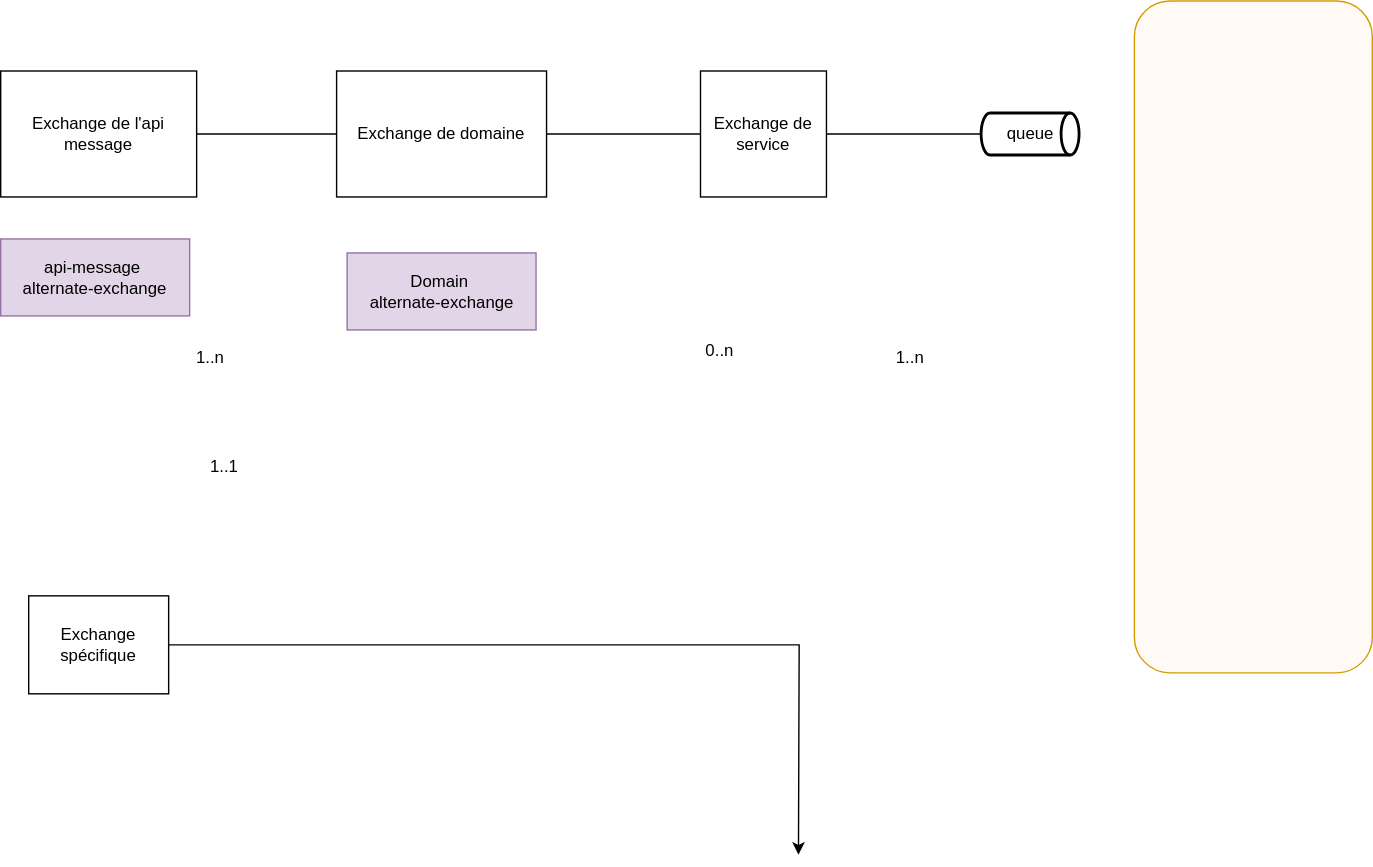
The draw.io diagram drawio/AE.svg in sarraz1/csau, before a commit. Source tidied: cells renumbered, new cells last; positions are measured from the earlier drawing's top-left corner, leaving out a move shared by most shapes.
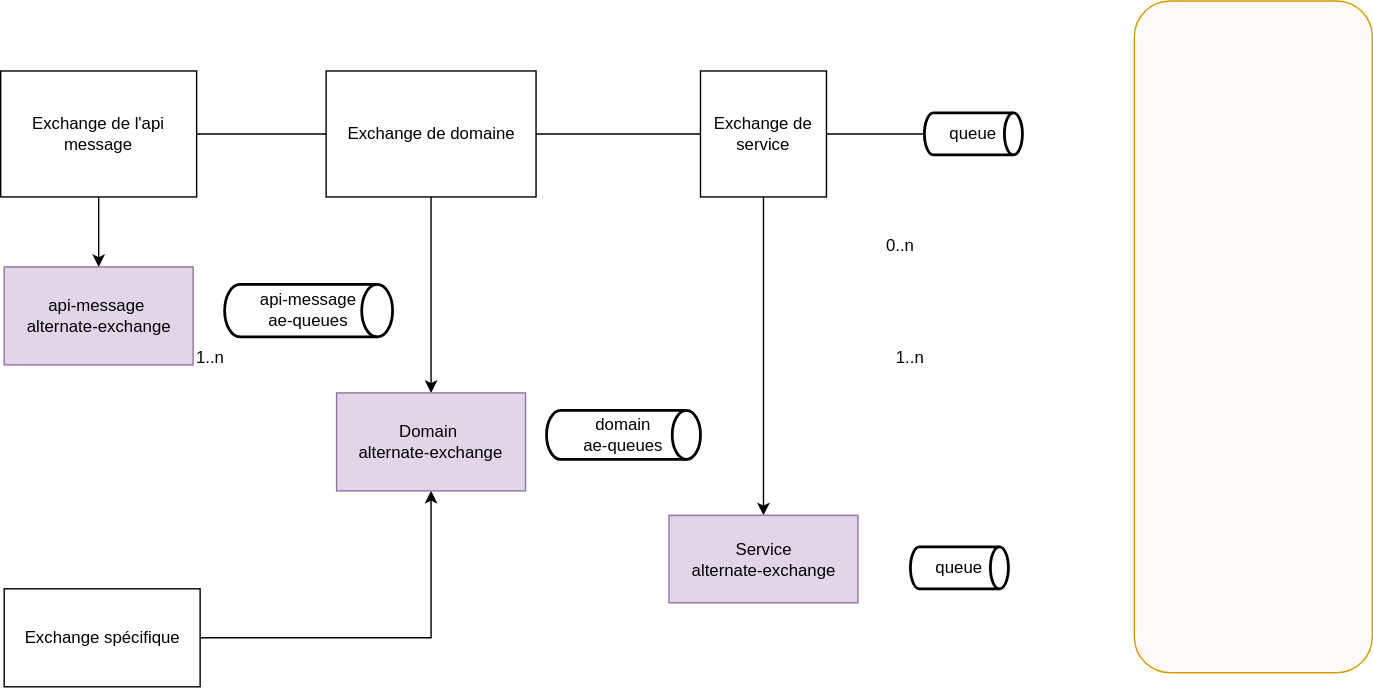
Later version of the same file.

Commit message:
Mettre à jour AE.svg

Diff of the diagram source:
```diff
@@ -2,23 +2,29 @@
   <root>
     <mxCell id="0" />
     <mxCell id="1" parent="0" />
+    <mxCell id="19" style="edgeStyle=orthogonalEdgeStyle;rounded=0;jettySize=auto;html=1;" parent="1" edge="1" source="2" target="22">
+      <mxGeometry relative="1" as="geometry" />
+    </mxCell>
     <mxCell id="2" value="Exchange de service" style="rounded=0;whiteSpace=wrap;html=1;" parent="1" vertex="1">
       <mxGeometry x="500" y="50" width="90" height="90" as="geometry" />
     </mxCell>
+    <mxCell id="20" style="edgeStyle=orthogonalEdgeStyle;rounded=0;jettySize=auto;html=1;" parent="1" edge="1" source="3" target="18">
+      <mxGeometry relative="1" as="geometry" />
+    </mxCell>
     <mxCell id="3" value="Exchange de domaine" style="rounded=0;whiteSpace=wrap;html=1;" parent="1" vertex="1">
-      <mxGeometry x="240" y="50" width="150" height="90" as="geometry" />
+      <mxGeometry x="232.5" y="50" width="150" height="90" as="geometry" />
     </mxCell>
     <mxCell id="4" value="&lt;div&gt;&lt;span style=&quot;background-color: transparent; color: light-dark(rgb(0, 0, 0), rgb(255, 255, 255));&quot;&gt;api-message&amp;nbsp;&lt;/span&gt;&lt;/div&gt;&lt;div&gt;&lt;span style=&quot;background-color: transparent; color: light-dark(rgb(0, 0, 0), rgb(255, 255, 255));&quot;&gt;alternate-exchange&lt;/span&gt;&lt;/div&gt;" style="rounded=0;whiteSpace=wrap;html=1;fillColor=#e1d5e7;strokeColor=#9673a6;" parent="1" vertex="1">
-      <mxGeometry y="170" width="135" height="55" as="geometry" />
+      <mxGeometry x="2.5" y="190" width="135" height="70" as="geometry" />
     </mxCell>
     <mxCell id="5" style="endArrow=none;html=1;rounded=0;entryX=0;entryY=0.5;entryDx=0;entryDy=0;exitX=1;exitY=0.5;exitDx=0;exitDy=0;" parent="1" edge="1" source="3" target="2">
       <mxGeometry relative="1" as="geometry" />
     </mxCell>
     <mxCell id="6" value="0..n" style="text;html=1;align=center;verticalAlign=middle;whiteSpace=wrap;rounded=0;" parent="1" vertex="1">
-      <mxGeometry x="484" y="235" width="60" height="30" as="geometry" />
+      <mxGeometry x="612.5" y="160" width="60" height="30" as="geometry" />
     </mxCell>
     <mxCell id="7" value="queue" style="strokeWidth=2;html=1;shape=mxgraph.flowchart.direct_data;whiteSpace=wrap;" parent="1" vertex="1">
-      <mxGeometry x="700.5" y="80" width="70" height="30" as="geometry" />
+      <mxGeometry x="660" y="80" width="70" height="30" as="geometry" />
     </mxCell>
     <mxCell id="8" value="1..n" style="text;html=1;align=center;verticalAlign=middle;whiteSpace=wrap;rounded=0;" parent="1" vertex="1">
       <mxGeometry x="620" y="240" width="60" height="30" as="geometry" />
@@ -32,20 +38,18 @@
     <mxCell id="11" value="1..n" style="text;html=1;align=center;verticalAlign=middle;whiteSpace=wrap;rounded=0;" parent="1" vertex="1">
       <mxGeometry x="120" y="240" width="60" height="30" as="geometry" />
     </mxCell>
-    <mxCell id="12" style="edgeStyle=orthogonalEdgeStyle;rounded=0;jettySize=auto;html=1;" parent="1" edge="1" source="13">
-      <mxGeometry relative="1" as="geometry">
-        <mxPoint x="570" y="610" as="targetPoint" />
-      </mxGeometry>
+    <mxCell id="12" style="edgeStyle=orthogonalEdgeStyle;rounded=0;jettySize=auto;html=1;entryX=0.5;entryY=1;entryDx=0;entryDy=0;" parent="1" edge="1" source="13" target="18">
+      <mxGeometry relative="1" as="geometry" />
     </mxCell>
     <mxCell id="13" value="Exchange spécifique" style="rounded=0;whiteSpace=wrap;html=1;fillColor=none;" parent="1" vertex="1">
-      <mxGeometry x="20" y="425" width="100" height="70" as="geometry" />
+      <mxGeometry x="2.5" y="420" width="140" height="70" as="geometry" />
     </mxCell>
     <mxCell id="14" style="edgeStyle=orthogonalEdgeStyle;rounded=0;orthogonalLoop=1;jettySize=auto;html=1;exitX=0.5;exitY=1;exitDx=0;exitDy=0;" parent="1" edge="1" source="13" target="13">
       <mxGeometry relative="1" as="geometry" />
     </mxCell>
-    <mxCell id="15" value="1..1" style="text;html=1;align=center;verticalAlign=middle;whiteSpace=wrap;rounded=0;" parent="1" vertex="1">
-      <mxGeometry x="130" y="320" width="60" height="25" as="geometry" />
-    </mxCell>
+    <mxCell id="21" style="edgeStyle=orthogonalEdgeStyle;rounded=0;jettySize=auto;html=1;" parent="1" edge="1" source="16" target="4">
+      <mxGeometry relative="1" as="geometry" />
+    </mxCell>
     <mxCell id="16" value="Exchange de l'api message" style="rounded=0;whiteSpace=wrap;html=1;" parent="1" vertex="1">
       <mxGeometry y="50" width="140" height="90" as="geometry" />
     </mxCell>
@@ -53,7 +57,19 @@
       <mxGeometry relative="1" as="geometry" />
     </mxCell>
     <mxCell id="18" value="&lt;div&gt;Domain&amp;nbsp;&lt;/div&gt;&lt;div&gt;alternate-exchange&lt;/div&gt;" style="rounded=0;whiteSpace=wrap;html=1;fillColor=#e1d5e7;strokeColor=#9673a6;" parent="1" vertex="1">
-      <mxGeometry x="247.5" y="180" width="135" height="55" as="geometry" />
+      <mxGeometry x="240" y="280" width="135" height="70" as="geometry" />
     </mxCell>
+    <mxCell id="22" value="&lt;div&gt;Service&lt;/div&gt;&lt;div&gt;alternate-exchange&lt;/div&gt;" style="rounded=0;whiteSpace=wrap;html=1;fillColor=#e1d5e7;strokeColor=#9673a6;" parent="1" vertex="1">
+      <mxGeometry x="477.5" y="367.5" width="135" height="62.5" as="geometry" />
+    </mxCell>
+    <mxCell id="23" value="api-message&lt;div&gt;ae-queues&lt;/div&gt;" style="strokeWidth=2;html=1;shape=mxgraph.flowchart.direct_data;whiteSpace=wrap;" parent="1" vertex="1">
+      <mxGeometry x="160" y="202.5" width="120" height="37.5" as="geometry" />
+    </mxCell>
+    <mxCell id="24" value="domain&lt;div&gt;ae-queues&lt;/div&gt;" style="strokeWidth=2;html=1;shape=mxgraph.flowchart.direct_data;whiteSpace=wrap;" parent="1" vertex="1">
+      <mxGeometry x="390" y="292.5" width="110" height="35" as="geometry" />
+    </mxCell>
+    <mxCell id="25" value="queue" style="strokeWidth=2;html=1;shape=mxgraph.flowchart.direct_data;whiteSpace=wrap;" parent="1" vertex="1">
+      <mxGeometry x="650" y="390" width="70" height="30" as="geometry" />
+    </mxCell>
   </root>
 </mxGraphModel>
```
